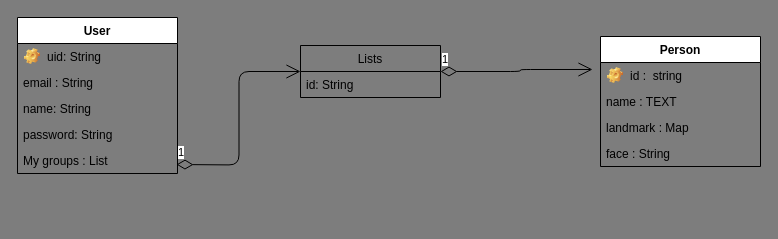
This is page "UML" (1 of 2) of lib/conception/database.drawio from Youcef-Goudjal/flutter_app, a draw.io file, before an edit. Source tidied: cells renumbered, new cells numbered last; positions are measured from the earlier drawing's top-left corner, leaving out a move shared by most shapes. Both pictures are drawn from the tidied source at 100%, with x=0, y=0 at pixel (17, 17).
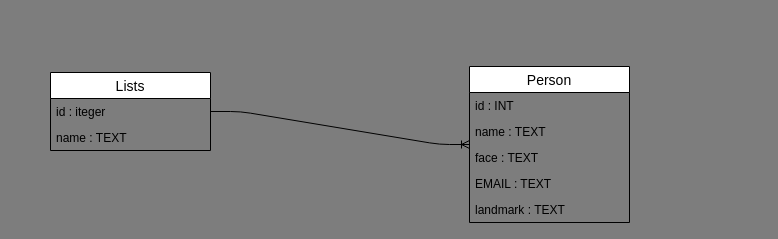
After the change.

Change to the diagram source:
```diff
@@
 <mxGraphModel background="#7D7D7D">
   <root>
     <mxCell id="0" />
     <mxCell id="1" parent="0" />
-    <mxCell id="2" value="1" style="endArrow=open;html=1;endSize=12;startArrow=diamondThin;startSize=14;startFill=0;edgeStyle=orthogonalEdgeStyle;align=left;verticalAlign=bottom;exitX=1;exitY=0.5;exitDx=0;exitDy=0;entryX=-0.05;entryY=0.269;entryDx=0;entryDy=0;entryPerimeter=0;" parent="1" edge="1" source="10" target="13">
-      <mxGeometry x="-1" y="3" relative="1" as="geometry" />
-    </mxCell>
-    <mxCell id="3" value="User" style="swimlane;fontStyle=1;align=center;verticalAlign=top;horizontal=1;startSize=26;" parent="1" vertex="1">
-      <mxGeometry width="160" height="156" as="geometry" />
-    </mxCell>
-    <mxCell id="4" value="uid: String" style="label;fontStyle=0;strokeColor=none;fillColor=none;align=left;verticalAlign=top;overflow=hidden;spacingLeft=28;spacingRight=4;imageWidth=16;imageHeight=16;image=img/clipart/Gear_128x128.png;" parent="3" vertex="1">
-      <mxGeometry y="26" width="160" height="26" as="geometry" />
-    </mxCell>
-    <mxCell id="5" value="email : String" style="text;strokeColor=none;fillColor=none;align=left;verticalAlign=top;spacingLeft=4;spacingRight=4;overflow=hidden;" parent="3" vertex="1">
-      <mxGeometry y="52" width="160" height="26" as="geometry" />
-    </mxCell>
-    <mxCell id="6" value="name: String" style="text;strokeColor=none;fillColor=none;align=left;verticalAlign=top;spacingLeft=4;spacingRight=4;overflow=hidden;" parent="3" vertex="1">
-      <mxGeometry y="78" width="160" height="26" as="geometry" />
-    </mxCell>
-    <mxCell id="7" value="password: String" style="text;strokeColor=none;fillColor=none;align=left;verticalAlign=top;spacingLeft=4;spacingRight=4;overflow=hidden;" parent="3" vertex="1">
-      <mxGeometry y="104" width="160" height="26" as="geometry" />
-    </mxCell>
-    <mxCell id="8" value="My groups : List" style="text;strokeColor=none;fillColor=none;align=left;verticalAlign=top;spacingLeft=4;spacingRight=4;overflow=hidden;" parent="3" vertex="1">
-      <mxGeometry y="130" width="160" height="26" as="geometry" />
-    </mxCell>
-    <mxCell id="9" value="1" style="endArrow=open;html=1;endSize=12;startArrow=diamondThin;startSize=14;startFill=0;edgeStyle=orthogonalEdgeStyle;align=left;verticalAlign=bottom;entryX=0;entryY=0.5;entryDx=0;entryDy=0;" parent="3" edge="1" target="10">
-      <mxGeometry x="-1" y="3" relative="1" as="geometry">
-        <mxPoint x="159" y="147" as="sourcePoint" />
-      </mxGeometry>
-    </mxCell>
+    <mxCell id="17" style="edgeStyle=entityRelationEdgeStyle;fontSize=12;html=1;endArrow=ERoneToMany;entryX=0;entryY=0.5;entryDx=0;entryDy=0;exitX=1;exitY=0.5;exitDx=0;exitDy=0;" parent="1" edge="1" source="23" target="12">
+      <mxGeometry relative="1" as="geometry" />
+    </mxCell>
+    <mxCell id="12" value="Person" style="swimlane;fontStyle=0;horizontal=1;startSize=26;align=center;fontSize=14;" parent="1" vertex="1">
+      <mxGeometry x="452" y="49" width="160" height="156" as="geometry" />
+    </mxCell>
+    <mxCell id="18" value="id : INT" style="text;strokeColor=none;fillColor=none;spacingLeft=4;spacingRight=4;overflow=hidden;fontSize=12;" parent="12" vertex="1">
+      <mxGeometry y="26" width="160" height="26" as="geometry" />
+    </mxCell>
+    <mxCell id="19" value="name : TEXT" style="text;strokeColor=none;fillColor=none;spacingLeft=4;spacingRight=4;overflow=hidden;fontSize=12;" parent="12" vertex="1">
+      <mxGeometry y="52" width="160" height="26" as="geometry" />
+    </mxCell>
+    <mxCell id="20" value="face : TEXT" style="text;strokeColor=none;fillColor=none;spacingLeft=4;spacingRight=4;overflow=hidden;fontSize=12;" parent="12" vertex="1">
+      <mxGeometry y="78" width="160" height="26" as="geometry" />
+    </mxCell>
+    <mxCell id="21" value="EMAIL : TEXT" style="text;strokeColor=none;fillColor=none;spacingLeft=4;spacingRight=4;overflow=hidden;fontSize=12;" parent="12" vertex="1">
+      <mxGeometry y="104" width="160" height="26" as="geometry" />
+    </mxCell>
+    <mxCell id="22" value="landmark : TEXT" style="text;strokeColor=none;fillColor=none;spacingLeft=4;spacingRight=4;overflow=hidden;fontSize=12;" parent="12" vertex="1">
+      <mxGeometry y="130" width="160" height="26" as="geometry" />
+    </mxCell>
-    <mxCell id="10" value="Lists" style="swimlane;fontStyle=0;horizontal=1;startSize=26;fillColor=none;align=center;" parent="1" vertex="1">
-      <mxGeometry x="283" y="28" width="140" height="52" as="geometry" />
+    <mxCell id="10" value="Lists" style="swimlane;fontStyle=0;horizontal=1;startSize=26;align=center;fontSize=14;" parent="1" vertex="1">
+      <mxGeometry x="33" y="55" width="160" height="78" as="geometry" />
     </mxCell>
-    <mxCell id="11" value="id: String" style="text;strokeColor=none;fillColor=none;align=left;verticalAlign=top;spacingLeft=4;spacingRight=4;overflow=hidden;" parent="10" vertex="1">
-      <mxGeometry y="26" width="140" height="26" as="geometry" />
-    </mxCell>
-    <mxCell id="12" value="Person" style="swimlane;fontStyle=1;align=center;verticalAlign=top;horizontal=1;startSize=26;" parent="1" vertex="1">
-      <mxGeometry x="583" y="19" width="160" height="130" as="geometry" />
-    </mxCell>
-    <mxCell id="13" value="id :  string" style="label;fontStyle=0;strokeColor=none;fillColor=none;align=left;verticalAlign=top;overflow=hidden;spacingLeft=28;spacingRight=4;points=[[0,0.5],[1,0.5]];portConstraint=eastwest;imageWidth=16;imageHeight=16;image=img/clipart/Gear_128x128.png;" parent="12" vertex="1">
-      <mxGeometry y="26" width="160" height="26" as="geometry" />
-    </mxCell>
-    <mxCell id="14" value="name : TEXT" style="text;strokeColor=none;fillColor=none;align=left;verticalAlign=top;spacingLeft=4;spacingRight=4;overflow=hidden;" parent="12" vertex="1">
-      <mxGeometry y="52" width="160" height="26" as="geometry" />
-    </mxCell>
-    <mxCell id="15" value="landmark : Map" style="text;strokeColor=none;fillColor=none;align=left;verticalAlign=top;spacingLeft=4;spacingRight=4;overflow=hidden;" parent="12" vertex="1">
-      <mxGeometry y="78" width="160" height="26" as="geometry" />
-    </mxCell>
-    <mxCell id="16" value="face : String" style="text;strokeColor=none;fillColor=none;align=left;verticalAlign=top;spacingLeft=4;spacingRight=4;overflow=hidden;" parent="12" vertex="1">
-      <mxGeometry y="104" width="160" height="26" as="geometry" />
-    </mxCell>
+    <mxCell id="23" value="id : iteger" style="text;strokeColor=none;fillColor=none;spacingLeft=4;spacingRight=4;overflow=hidden;points=[[0,0.5],[1,0.5]];portConstraint=eastwest;fontSize=12;" parent="10" vertex="1">
+      <mxGeometry y="26" width="160" height="26" as="geometry" />
+    </mxCell>
+    <mxCell id="24" value="name : TEXT" style="text;strokeColor=none;fillColor=none;spacingLeft=4;spacingRight=4;overflow=hidden;fontSize=12;" parent="10" vertex="1">
+      <mxGeometry y="52" width="160" height="26" as="geometry" />
+    </mxCell>
   </root>
 </mxGraphModel>
```
